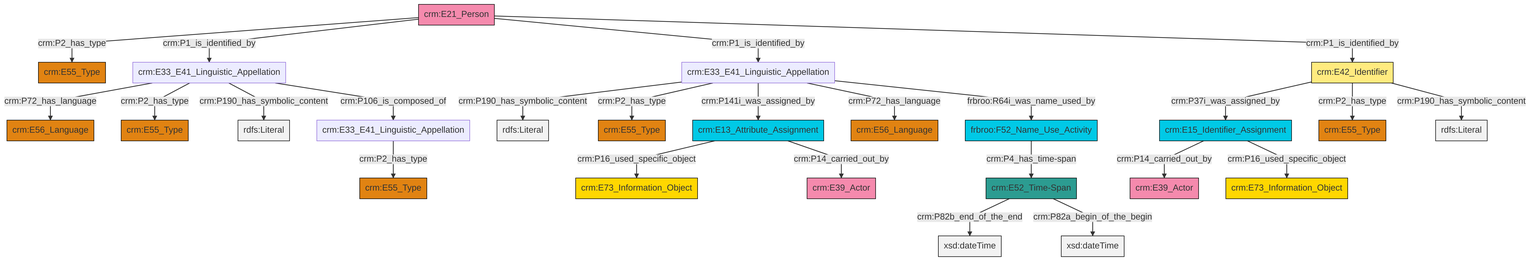
This is et/personCSV/ttl/mmd/png/Person_Names_and_Classification.png from swiss-art-research-net/docs.swissartresearch, a Mermaid export, as it was before one commit. Its source is kept beside it as et/personCSV/ttl/mmd/Person_Names_and_Classification.ttl.mmd.
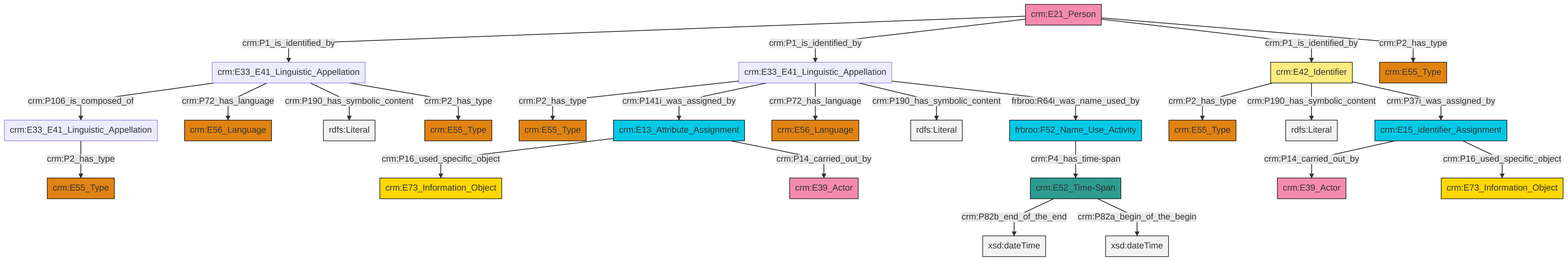
The same file after the commit.

Change to the diagram source:
```diff
@@ -13,27 +13,27 @@
 classDef PC_Classes fill:#4ce600, stroke:#000000;
 classDef Multi fill:#cccccc,stroke:#000000;
 
-0["crm:E21_Person"]:::Actor -->|crm:P2_has_type| 1["crm:E55_Type"]:::Type
-4["crm:E33_E41_Linguistic_Appellation"]:::Default -->|crm:P190_has_symbolic_content| 5[rdfs:Literal]:::Literal
-8["crm:E13_Attribute_Assignment"]:::Temporal_Entity -->|crm:P16_used_specific_object| 9["crm:E73_Information_Object"]:::Conceptual_Object
-6["frbroo:F52_Name_Use_Activity"]:::Temporal_Entity -->|crm:P4_has_time-span| 2["crm:E52_Time-Span"]:::Time-Span
-14["crm:E33_E41_Linguistic_Appellation"]:::Default -->|crm:P72_has_language| 15["crm:E56_Language"]:::Type
-16["crm:E15_Identifier_Assignment"]:::Temporal_Entity -->|crm:P14_carried_out_by| 12["crm:E39_Actor"]:::Actor
-0["crm:E21_Person"]:::Actor -->|crm:P1_is_identified_by| 14["crm:E33_E41_Linguistic_Appellation"]:::Default
-14["crm:E33_E41_Linguistic_Appellation"]:::Default -->|crm:P2_has_type| 10["crm:E55_Type"]:::Type
-20["crm:E33_E41_Linguistic_Appellation"]:::Default -->|crm:P2_has_type| 21["crm:E55_Type"]:::Type
-2["crm:E52_Time-Span"]:::Time-Span -->|crm:P82b_end_of_the_end| 22[xsd:dateTime]:::Literal
-16["crm:E15_Identifier_Assignment"]:::Temporal_Entity -->|crm:P16_used_specific_object| 18["crm:E73_Information_Object"]:::Conceptual_Object
-4["crm:E33_E41_Linguistic_Appellation"]:::Default -->|crm:P2_has_type| 24["crm:E55_Type"]:::Type
-4["crm:E33_E41_Linguistic_Appellation"]:::Default -->|crm:P141i_was_assigned_by| 8["crm:E13_Attribute_Assignment"]:::Temporal_Entity
-0["crm:E21_Person"]:::Actor -->|crm:P1_is_identified_by| 4["crm:E33_E41_Linguistic_Appellation"]:::Default
-8["crm:E13_Attribute_Assignment"]:::Temporal_Entity -->|crm:P14_carried_out_by| 26["crm:E39_Actor"]:::Actor
-4["crm:E33_E41_Linguistic_Appellation"]:::Default -->|crm:P72_has_language| 29["crm:E56_Language"]:::Type
-31["crm:E42_Identifier"]:::Appellation -->|crm:P37i_was_assigned_by| 16["crm:E15_Identifier_Assignment"]:::Temporal_Entity
-4["crm:E33_E41_Linguistic_Appellation"]:::Default -->|frbroo:R64i_was_name_used_by| 6["frbroo:F52_Name_Use_Activity"]:::Temporal_Entity
-14["crm:E33_E41_Linguistic_Appellation"]:::Default -->|crm:P190_has_symbolic_content| 37[rdfs:Literal]:::Literal
-31["crm:E42_Identifier"]:::Appellation -->|crm:P2_has_type| 40["crm:E55_Type"]:::Type
-2["crm:E52_Time-Span"]:::Time-Span -->|crm:P82a_begin_of_the_begin| 41[xsd:dateTime]:::Literal
-31["crm:E42_Identifier"]:::Appellation -->|crm:P190_has_symbolic_content| 43[rdfs:Literal]:::Literal
-14["crm:E33_E41_Linguistic_Appellation"]:::Default -->|crm:P106_is_composed_of| 20["crm:E33_E41_Linguistic_Appellation"]:::Default
-0["crm:E21_Person"]:::Actor -->|crm:P1_is_identified_by| 31["crm:E42_Identifier"]:::Appellation
+2["crm:E15_Identifier_Assignment"]:::Temporal_Entity -->|crm:P14_carried_out_by| 3["crm:E39_Actor"]:::Actor
+13["crm:E33_E41_Linguistic_Appellation"]:::Default -->|crm:P2_has_type| 14["crm:E55_Type"]:::Type
+10["crm:E33_E41_Linguistic_Appellation"]:::Default -->|crm:P106_is_composed_of| 22["crm:E33_E41_Linguistic_Appellation"]:::Default
+13["crm:E33_E41_Linguistic_Appellation"]:::Default -->|crm:P141i_was_assigned_by| 20["crm:E13_Attribute_Assignment"]:::Temporal_Entity
+0["crm:E52_Time-Span"]:::Time-Span -->|crm:P82b_end_of_the_end| 24[xsd:dateTime]:::Literal
+22["crm:E33_E41_Linguistic_Appellation"]:::Default -->|crm:P2_has_type| 25["crm:E55_Type"]:::Type
+20["crm:E13_Attribute_Assignment"]:::Temporal_Entity -->|crm:P16_used_specific_object| 30["crm:E73_Information_Object"]:::Conceptual_Object
+28["crm:E42_Identifier"]:::Appellation -->|crm:P2_has_type| 4["crm:E55_Type"]:::Type
+13["crm:E33_E41_Linguistic_Appellation"]:::Default -->|crm:P72_has_language| 31["crm:E56_Language"]:::Type
+28["crm:E42_Identifier"]:::Appellation -->|crm:P190_has_symbolic_content| 32[rdfs:Literal]:::Literal
+2["crm:E15_Identifier_Assignment"]:::Temporal_Entity -->|crm:P16_used_specific_object| 17["crm:E73_Information_Object"]:::Conceptual_Object
+13["crm:E33_E41_Linguistic_Appellation"]:::Default -->|crm:P190_has_symbolic_content| 34[rdfs:Literal]:::Literal
+10["crm:E33_E41_Linguistic_Appellation"]:::Default -->|crm:P72_has_language| 8["crm:E56_Language"]:::Type
+35["crm:E21_Person"]:::Actor -->|crm:P1_is_identified_by| 10["crm:E33_E41_Linguistic_Appellation"]:::Default
+35["crm:E21_Person"]:::Actor -->|crm:P1_is_identified_by| 13["crm:E33_E41_Linguistic_Appellation"]:::Default
+10["crm:E33_E41_Linguistic_Appellation"]:::Default -->|crm:P190_has_symbolic_content| 37[rdfs:Literal]:::Literal
+20["crm:E13_Attribute_Assignment"]:::Temporal_Entity -->|crm:P14_carried_out_by| 38["crm:E39_Actor"]:::Actor
+28["crm:E42_Identifier"]:::Appellation -->|crm:P37i_was_assigned_by| 2["crm:E15_Identifier_Assignment"]:::Temporal_Entity
+35["crm:E21_Person"]:::Actor -->|crm:P1_is_identified_by| 28["crm:E42_Identifier"]:::Appellation
+35["crm:E21_Person"]:::Actor -->|crm:P2_has_type| 6["crm:E55_Type"]:::Type
+10["crm:E33_E41_Linguistic_Appellation"]:::Default -->|crm:P2_has_type| 15["crm:E55_Type"]:::Type
+13["crm:E33_E41_Linguistic_Appellation"]:::Default -->|frbroo:R64i_was_name_used_by| 26["frbroo:F52_Name_Use_Activity"]:::Temporal_Entity
+0["crm:E52_Time-Span"]:::Time-Span -->|crm:P82a_begin_of_the_begin| 45[xsd:dateTime]:::Literal
+26["frbroo:F52_Name_Use_Activity"]:::Temporal_Entity -->|crm:P4_has_time-span| 0["crm:E52_Time-Span"]:::Time-Span
```
